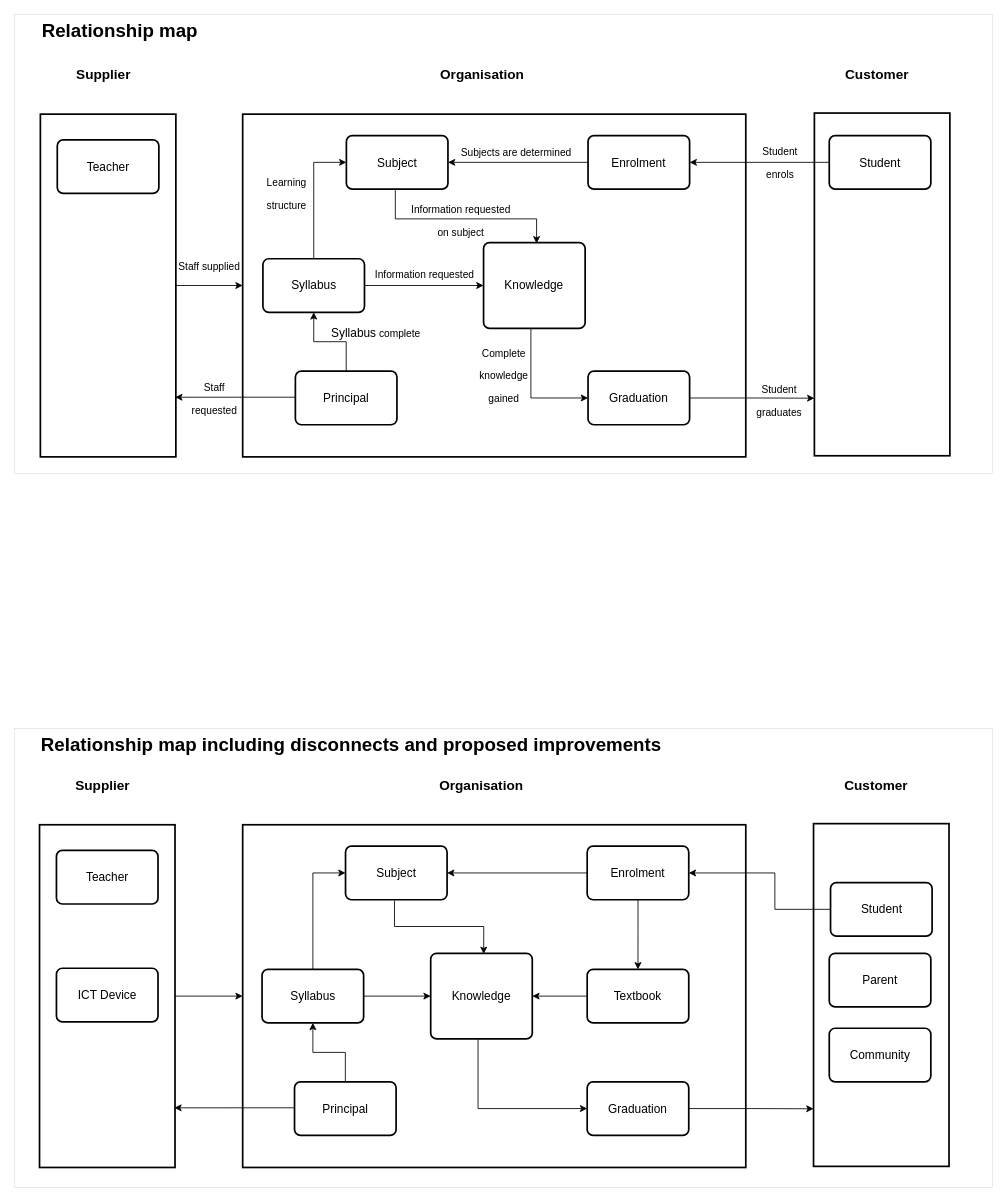
Before: page "Relationship_Map" (1 of 6) of All_Maps_A1.drawio in SRMITGit/diagrams, a draw.io diagram. Source tidied: cells renumbered, new cells numbered last; positions are measured from the earlier drawing's top-left corner, leaving out a move shared by most shapes. Both pictures are drawn from the tidied source at 85%, with x=0, y=0 at pixel (14, 14).
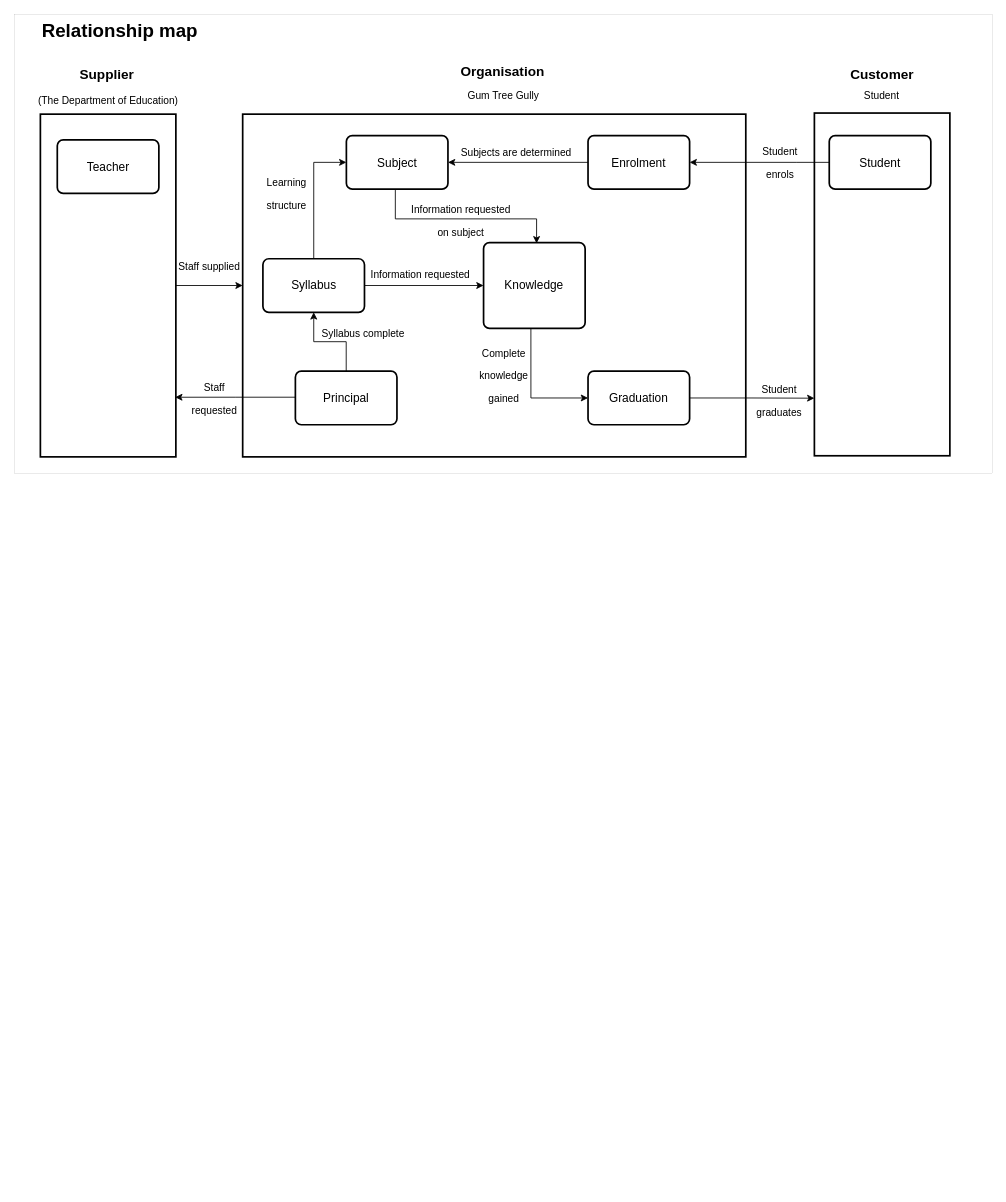
After the change.

Diff of the diagram source:
```diff
@@
-    <mxCell id="2" style="rounded=0;whiteSpace=wrap;html=1;fontFamily=Helvetica;fontSize=22;strokeWidth=0;" parent="1" vertex="1">
-      <mxGeometry y="840" width="1150" height="540" as="geometry" />
-    </mxCell>
@@
     <mxCell id="7" value="Supplier" style="text;html=1;strokeColor=none;fillColor=none;align=center;verticalAlign=middle;whiteSpace=wrap;rounded=0;fontStyle=1;fontSize=16;" parent="1" vertex="1">
-      <mxGeometry x="58.5" y="50" width="91.1" height="39.1" as="geometry" />
+      <mxGeometry x="63.1" y="50" width="91.1" height="39.1" as="geometry" />
     </mxCell>
@@
     <mxCell id="11" value="Organisation" style="text;html=1;strokeColor=none;fillColor=none;align=center;verticalAlign=middle;whiteSpace=wrap;rounded=0;fontStyle=1;fontSize=16;" parent="1" vertex="1">
-      <mxGeometry x="474.8" y="50" width="150.3" height="39.1" as="geometry" />
+      <mxGeometry x="499" y="46.9" width="150.3" height="39.1" as="geometry" />
     </mxCell>
@@
     <mxCell id="21" value="Customer" style="text;html=1;strokeColor=none;fillColor=none;align=center;verticalAlign=middle;whiteSpace=wrap;rounded=0;fontStyle=1;fontSize=16;" parent="1" vertex="1">
-      <mxGeometry x="969.1" y="50" width="91.1" height="39.1" as="geometry" />
+      <mxGeometry x="974.8" y="50" width="91.1" height="39.1" as="geometry" />
     </mxCell>
@@
-    <mxCell id="24" value="&lt;span style=&quot;font-size: 14px ; background-color: rgb(255 , 255 , 255)&quot;&gt;Syllabus&lt;/span&gt;" style="rounded=1;whiteSpace=wrap;html=1;absoluteArcSize=1;arcSize=14;strokeWidth=2;" parent="1" vertex="1">
+    <mxCell id="24" value="&lt;span style=&quot;font-size: 14px&quot;&gt;Syllabus&lt;/span&gt;" style="rounded=1;whiteSpace=wrap;html=1;absoluteArcSize=1;arcSize=14;strokeWidth=2;" parent="1" vertex="1">
       <mxGeometry x="291.8" y="286.9" width="119.5" height="63" as="geometry" />
     </mxCell>
@@
-    <mxCell id="28" style="rounded=0;whiteSpace=wrap;html=1;glass=0;strokeWidth=2;" parent="1" vertex="1">
-      <mxGeometry x="939.6" y="951.5" width="159.4" height="403.2" as="geometry" />
-    </mxCell>
-    <mxCell id="29" style="rounded=0;whiteSpace=wrap;html=1;glass=0;strokeWidth=2;" parent="1" vertex="1">
-      <mxGeometry x="29" y="952.8" width="159.4" height="403.2" as="geometry" />
-    </mxCell>
-    <mxCell id="30" value="&lt;font style=&quot;font-size: 14px&quot;&gt;Teacher&lt;/font&gt;" style="rounded=1;whiteSpace=wrap;html=1;absoluteArcSize=1;arcSize=14;strokeWidth=2;" parent="1" vertex="1">
-      <mxGeometry x="48.9" y="983" width="119.5" height="63" as="geometry" />
-    </mxCell>
-    <mxCell id="31" value="Supplier" style="text;html=1;strokeColor=none;fillColor=none;align=center;verticalAlign=middle;whiteSpace=wrap;rounded=0;fontStyle=1;fontSize=16;" parent="1" vertex="1">
-      <mxGeometry x="57.5" y="886" width="91.1" height="39.1" as="geometry" />
-    </mxCell>
-    <mxCell id="32" value="&lt;font style=&quot;font-size: 14px&quot;&gt;ICT Device&lt;/font&gt;" style="rounded=1;whiteSpace=wrap;html=1;absoluteArcSize=1;arcSize=14;strokeWidth=2;" parent="1" vertex="1">
-      <mxGeometry x="48.9" y="1121.6" width="119.5" height="63" as="geometry" />
-    </mxCell>
-    <mxCell id="33" style="rounded=0;whiteSpace=wrap;html=1;glass=0;strokeWidth=2;" parent="1" vertex="1">
-      <mxGeometry x="268" y="952.8" width="591.9" height="403.2" as="geometry" />
-    </mxCell>
-    <mxCell id="34" style="edgeStyle=orthogonalEdgeStyle;rounded=0;jettySize=auto;html=1;entryX=0;entryY=0.5;entryDx=0;entryDy=0;fontSize=14;" parent="1" edge="1" source="29" target="33">
-      <mxGeometry relative="1" as="geometry" />
-    </mxCell>
-    <mxCell id="35" value="&lt;font style=&quot;font-size: 14px&quot;&gt;Subject&lt;/font&gt;" style="rounded=1;whiteSpace=wrap;html=1;absoluteArcSize=1;arcSize=14;strokeWidth=2;" parent="1" vertex="1">
-      <mxGeometry x="389" y="978" width="119.5" height="63" as="geometry" />
-    </mxCell>
-    <mxCell id="36" value="Organisation" style="text;html=1;strokeColor=none;fillColor=none;align=center;verticalAlign=middle;whiteSpace=wrap;rounded=0;fontStyle=1;fontSize=16;" parent="1" vertex="1">
-      <mxGeometry x="473.8" y="886" width="150.3" height="39.1" as="geometry" />
-    </mxCell>
-    <mxCell id="37" style="edgeStyle=orthogonalEdgeStyle;rounded=0;jettySize=auto;html=1;entryX=1;entryY=0.5;entryDx=0;entryDy=0;fontSize=14;" parent="1" edge="1" source="38" target="35">
-      <mxGeometry relative="1" as="geometry" />
-    </mxCell>
-    <mxCell id="38" value="&lt;font style=&quot;font-size: 14px&quot;&gt;Enrolment&lt;/font&gt;" style="rounded=1;whiteSpace=wrap;html=1;absoluteArcSize=1;arcSize=14;strokeWidth=2;" parent="1" vertex="1">
-      <mxGeometry x="673.3" y="978" width="119.5" height="63" as="geometry" />
-    </mxCell>
-    <mxCell id="39" style="edgeStyle=orthogonalEdgeStyle;rounded=0;jettySize=auto;html=1;entryX=0;entryY=0.832;entryDx=0;entryDy=0;entryPerimeter=0;fontSize=14;" parent="1" edge="1" source="40" target="28">
-      <mxGeometry relative="1" as="geometry" />
-    </mxCell>
-    <mxCell id="40" value="&lt;font style=&quot;font-size: 14px&quot;&gt;Graduation&lt;/font&gt;" style="rounded=1;whiteSpace=wrap;html=1;absoluteArcSize=1;arcSize=14;strokeWidth=2;" parent="1" vertex="1">
-      <mxGeometry x="673.3" y="1255.2" width="119.5" height="63" as="geometry" />
-    </mxCell>
-    <mxCell id="41" style="edgeStyle=orthogonalEdgeStyle;rounded=0;jettySize=auto;html=1;entryX=0;entryY=0.5;entryDx=0;entryDy=0;fontSize=14;exitX=0.466;exitY=1.003;exitDx=0;exitDy=0;exitPerimeter=0;" parent="1" edge="1" source="42" target="40">
-      <mxGeometry relative="1" as="geometry" />
-    </mxCell>
-    <mxCell id="42" value="&lt;font style=&quot;font-size: 14px&quot;&gt;Knowledge&lt;/font&gt;" style="rounded=1;whiteSpace=wrap;html=1;absoluteArcSize=1;arcSize=14;strokeWidth=2;" parent="1" vertex="1">
-      <mxGeometry x="489.2" y="1104" width="119.5" height="100.8" as="geometry" />
-    </mxCell>
-    <mxCell id="43" style="edgeStyle=orthogonalEdgeStyle;rounded=0;jettySize=auto;html=1;fontSize=14;exitX=0.482;exitY=1.017;exitDx=0;exitDy=0;exitPerimeter=0;entryX=0.522;entryY=0.008;entryDx=0;entryDy=0;entryPerimeter=0;" parent="1" edge="1" source="35" target="42">
-      <mxGeometry relative="1" as="geometry" />
-    </mxCell>
-    <mxCell id="44" style="edgeStyle=orthogonalEdgeStyle;rounded=0;jettySize=auto;html=1;fontFamily=Helvetica;fontSize=14;" parent="1" edge="1" source="45" target="42">
-      <mxGeometry relative="1" as="geometry" />
-    </mxCell>
-    <mxCell id="45" value="&lt;span style=&quot;font-size: 14px&quot;&gt;Textbook&lt;/span&gt;" style="rounded=1;whiteSpace=wrap;html=1;absoluteArcSize=1;arcSize=14;strokeWidth=2;" parent="1" vertex="1">
-      <mxGeometry x="673.3" y="1122.9" width="119.5" height="63" as="geometry" />
-    </mxCell>
-    <mxCell id="46" style="edgeStyle=orthogonalEdgeStyle;rounded=0;jettySize=auto;html=1;entryX=0.5;entryY=0;entryDx=0;entryDy=0;fontSize=14;" parent="1" edge="1" source="38" target="45">
-      <mxGeometry relative="1" as="geometry" />
-    </mxCell>
-    <mxCell id="47" style="edgeStyle=orthogonalEdgeStyle;rounded=0;jettySize=auto;html=1;entryX=1;entryY=0.5;entryDx=0;entryDy=0;fontSize=14;" parent="1" edge="1" source="48" target="38">
-      <mxGeometry relative="1" as="geometry">
-        <Array as="points">
-          <mxPoint x="894.1" y="1052.3" />
-          <mxPoint x="894.1" y="1009.5" />
-        </Array>
-      </mxGeometry>
-    </mxCell>
-    <mxCell id="48" value="&lt;font style=&quot;font-size: 14px&quot;&gt;Student&lt;/font&gt;" style="rounded=1;whiteSpace=wrap;html=1;absoluteArcSize=1;arcSize=14;strokeWidth=2;" parent="1" vertex="1">
-      <mxGeometry x="959.6" y="1020.8" width="119.5" height="63" as="geometry" />
-    </mxCell>
-    <mxCell id="49" value="Customer" style="text;html=1;strokeColor=none;fillColor=none;align=center;verticalAlign=middle;whiteSpace=wrap;rounded=0;fontStyle=1;fontSize=16;" parent="1" vertex="1">
-      <mxGeometry x="968.1" y="886" width="91.1" height="39.1" as="geometry" />
-    </mxCell>
-    <mxCell id="50" style="edgeStyle=orthogonalEdgeStyle;rounded=0;jettySize=auto;html=1;fontSize=14;" parent="1" edge="1" source="52" target="42">
-      <mxGeometry relative="1" as="geometry" />
-    </mxCell>
-    <mxCell id="51" style="edgeStyle=orthogonalEdgeStyle;rounded=0;jettySize=auto;html=1;entryX=0;entryY=0.5;entryDx=0;entryDy=0;fontFamily=Helvetica;fontSize=14;" parent="1" edge="1" source="52" target="35">
-      <mxGeometry relative="1" as="geometry" />
-    </mxCell>
-    <mxCell id="52" value="&lt;span style=&quot;background-color: rgb(255 , 255 , 255)&quot;&gt;&lt;font style=&quot;font-size: 14px&quot;&gt;Syllabus&lt;/font&gt;&lt;/span&gt;" style="rounded=1;whiteSpace=wrap;html=1;absoluteArcSize=1;arcSize=14;strokeWidth=2;" parent="1" vertex="1">
-      <mxGeometry x="290.8" y="1122.9" width="119.5" height="63" as="geometry" />
-    </mxCell>
-    <mxCell id="53" style="edgeStyle=orthogonalEdgeStyle;rounded=0;jettySize=auto;html=1;fontSize=14;entryX=0.995;entryY=0.826;entryDx=0;entryDy=0;entryPerimeter=0;" parent="1" edge="1" source="55" target="29">
-      <mxGeometry relative="1" as="geometry">
-        <Array as="points">
-          <mxPoint x="259" y="1287" />
-        </Array>
-      </mxGeometry>
-    </mxCell>
-    <mxCell id="54" style="edgeStyle=orthogonalEdgeStyle;rounded=0;jettySize=auto;html=1;fontFamily=Helvetica;fontSize=14;" parent="1" edge="1" source="55" target="52">
-      <mxGeometry relative="1" as="geometry" />
-    </mxCell>
-    <mxCell id="55" value="&lt;font style=&quot;font-size: 14px&quot;&gt;Principal&lt;/font&gt;" style="rounded=1;whiteSpace=wrap;html=1;absoluteArcSize=1;arcSize=14;strokeWidth=2;" parent="1" vertex="1">
-      <mxGeometry x="329" y="1255.2" width="119.5" height="63" as="geometry" />
-    </mxCell>
-    <mxCell id="56" value="&lt;font style=&quot;font-size: 14px&quot;&gt;Parent&lt;/font&gt;" style="rounded=1;whiteSpace=wrap;html=1;absoluteArcSize=1;arcSize=14;strokeWidth=2;" parent="1" vertex="1">
-      <mxGeometry x="958.1" y="1104" width="119.5" height="63" as="geometry" />
-    </mxCell>
-    <mxCell id="57" value="&lt;font style=&quot;font-size: 14px&quot;&gt;Community&lt;/font&gt;" style="rounded=1;whiteSpace=wrap;html=1;absoluteArcSize=1;arcSize=14;strokeWidth=2;" parent="1" vertex="1">
-      <mxGeometry x="958.1" y="1192.2" width="119.5" height="63" as="geometry" />
-    </mxCell>
@@
-    <mxCell id="59" value="Relationship map including disconnects and proposed improvements" style="text;html=1;strokeColor=none;fillColor=none;align=left;verticalAlign=middle;whiteSpace=wrap;rounded=0;fontFamily=Helvetica;fontSize=22;fontStyle=1;" parent="1" vertex="1">
-      <mxGeometry x="29" y="840" width="1070" height="40" as="geometry" />
-    </mxCell>
@@
-    <mxCell id="66" value="&lt;font style=&quot;font-size: 12px&quot;&gt;&lt;span style=&quot;font-size: 14px ; background-color: rgb(255 , 255 , 255)&quot;&gt;Syllabus&lt;/span&gt;&amp;nbsp;complete&lt;/font&gt;" style="text;html=1;strokeColor=none;fillColor=none;align=center;verticalAlign=middle;whiteSpace=wrap;rounded=0;dashed=1;fontFamily=Helvetica;fontSize=22;" parent="1" vertex="1">
-      <mxGeometry x="350" y="360" width="150" height="23" as="geometry" />
+    <mxCell id="66" value="&lt;font style=&quot;font-size: 12px&quot;&gt;Syllabus complete&lt;/font&gt;" style="text;html=1;strokeColor=none;fillColor=none;align=center;verticalAlign=middle;whiteSpace=wrap;rounded=0;dashed=1;fontFamily=Helvetica;fontSize=22;" parent="1" vertex="1">
+      <mxGeometry x="350" y="360" width="120" height="23" as="geometry" />
     </mxCell>
-    <mxCell id="67" value="&lt;font style=&quot;font-size: 12px&quot;&gt;Information requested&amp;nbsp;&lt;/font&gt;" style="text;html=1;strokeColor=none;fillColor=none;align=center;verticalAlign=middle;whiteSpace=wrap;rounded=0;dashed=1;fontFamily=Helvetica;fontSize=22;" parent="1" vertex="1">
-      <mxGeometry x="419" y="285.6" width="130" height="34.4" as="geometry" />
+    <mxCell id="67" value="&lt;p&gt;&lt;font style=&quot;font-size: 12px&quot;&gt;Information requested&amp;nbsp;&lt;/font&gt;&lt;/p&gt;" style="text;html=1;strokeColor=none;fillColor=none;align=center;verticalAlign=middle;whiteSpace=wrap;rounded=0;dashed=1;fontFamily=Helvetica;fontSize=22;" parent="1" vertex="1">
+      <mxGeometry x="414" y="285.6" width="130" height="34.4" as="geometry" />
     </mxCell>
@@
+    <mxCell id="70" value="&lt;p&gt;&lt;font style=&quot;font-size: 12px&quot;&gt;(The Department of Education)&lt;/font&gt;&lt;/p&gt;" style="text;html=1;strokeColor=none;fillColor=none;align=center;verticalAlign=middle;whiteSpace=wrap;rounded=0;" parent="1" vertex="1">
+      <mxGeometry x="20" y="86" width="180" height="30" as="geometry" />
+    </mxCell>
+    <mxCell id="71" value="&lt;p&gt;&lt;font style=&quot;font-size: 12px&quot;&gt;Gum Tree Gully&lt;/font&gt;&lt;/p&gt;" style="text;html=1;strokeColor=none;fillColor=none;align=center;verticalAlign=middle;whiteSpace=wrap;rounded=0;" parent="1" vertex="1">
+      <mxGeometry x="520" y="80" width="110" height="30" as="geometry" />
+    </mxCell>
+    <mxCell id="48" value="&lt;p&gt;&lt;font style=&quot;font-size: 12px&quot;&gt;Student&lt;/font&gt;&lt;/p&gt;" style="text;html=1;strokeColor=none;fillColor=none;align=center;verticalAlign=middle;whiteSpace=wrap;rounded=0;" parent="1" vertex="1">
+      <mxGeometry x="940" y="80" width="160" height="30" as="geometry" />
+    </mxCell>
```
